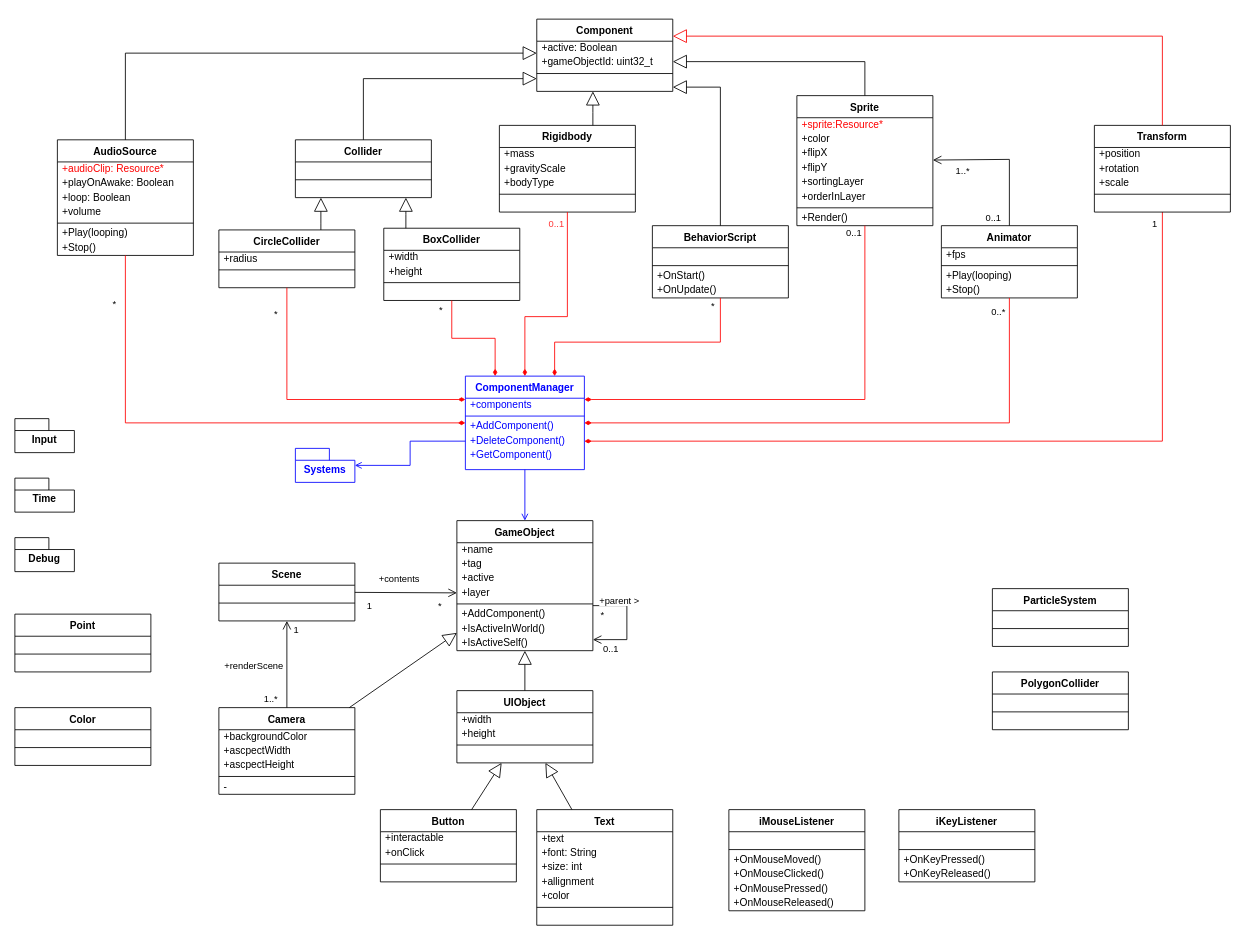
This is page "Main diagram 2" (2 of 3) of figs.drawio from lonkaars/crepe-docs, a draw.io file, before an edit. Source tidied: cells renumbered, new cells numbered last; positions are measured from the earlier drawing's top-left corner, leaving out a move shared by most shapes. Both pictures are drawn from the tidied source at 85%, with x=0, y=0 at pixel (14, 19).
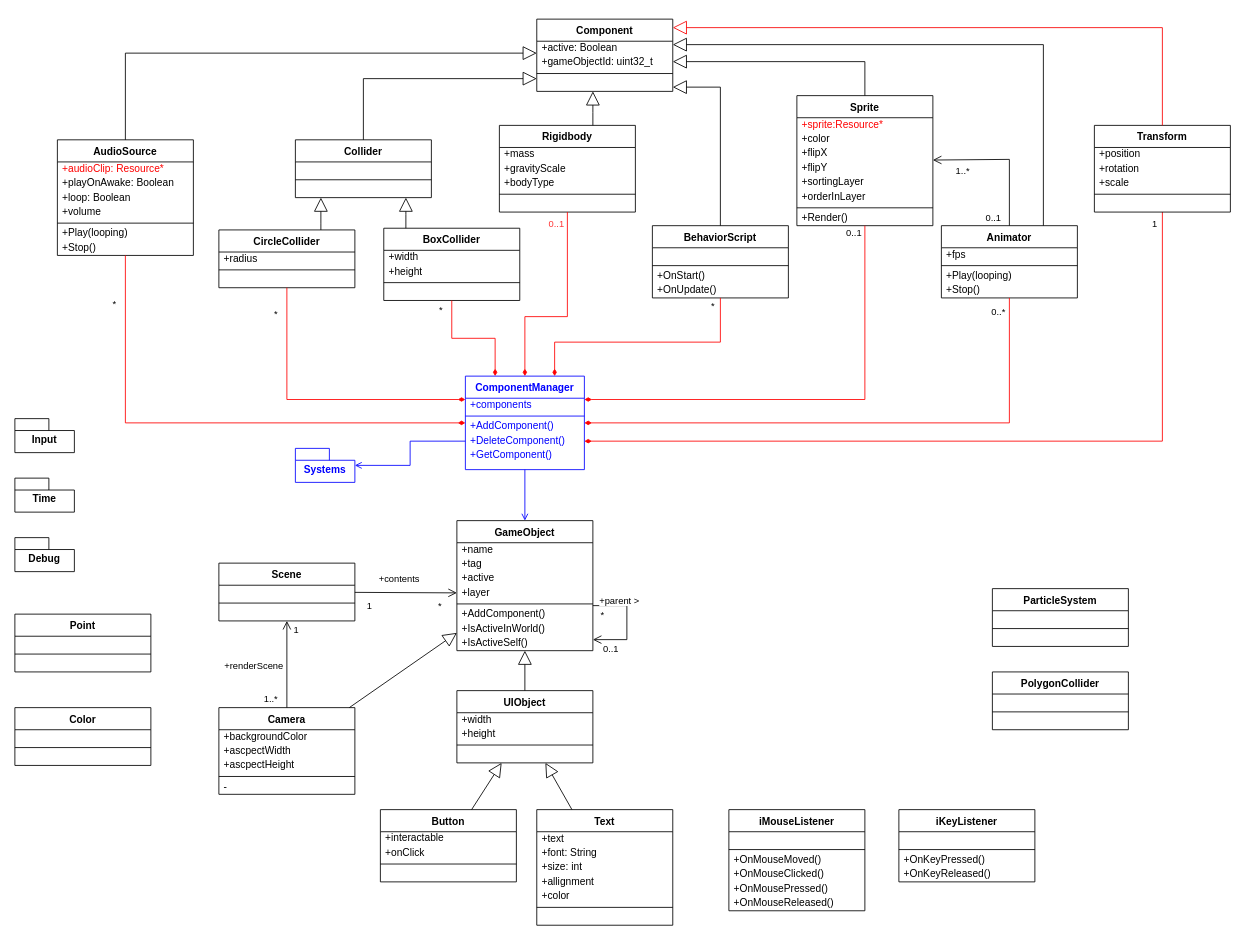
The same diagram, later.

Unchanged cells that the change refers to:
```xml
<mxCell id="57" value="Transform" style="swimlane;fontStyle=1;align=center;verticalAlign=top;horizontal=1;startSize=26;rounded=0;shadow=0;strokeWidth=1;direction=east;" parent="1" vertex="1">
  <mxGeometry x="1270" y="125" width="160" height="102" as="geometry" />
</mxCell>
<mxCell id="107" value="Component" style="swimlane;fontStyle=1;align=center;verticalAlign=top;horizontal=1;startSize=26;rounded=0;shadow=0;strokeWidth=1;direction=east;" parent="1" vertex="1">
  <mxGeometry x="614" width="160" height="85" as="geometry" />
</mxCell>
<mxCell id="132" value="Animator" style="swimlane;fontStyle=1;align=center;verticalAlign=top;horizontal=1;startSize=26;rounded=0;shadow=0;strokeWidth=1;direction=east;" parent="1" vertex="1">
  <mxGeometry x="1090" y="243" width="160" height="85" as="geometry" />
</mxCell>
```

Diff of the diagram source:
```diff
@@
     <mxCell id="169" style="endArrow=block;html=1;rounded=0;endFill=0;strokeWidth=1;endSize=14;edgeStyle=orthogonalEdgeStyle;fontColor=#FF0000;strokeColor=#fa0000;" parent="1" edge="1" source="57" target="107">
       <mxGeometry relative="1" as="geometry">
         <Array as="points">
-          <mxPoint x="1350" y="20" />
+          <mxPoint x="1350" y="10" />
         </Array>
       </mxGeometry>
     </mxCell>
@@
+    <mxCell id="179" style="endArrow=block;html=1;rounded=0;endFill=0;strokeWidth=1;endSize=14;edgeStyle=orthogonalEdgeStyle;" parent="1" edge="1" source="132" target="107">
+      <mxGeometry relative="1" as="geometry">
+        <Array as="points">
+          <mxPoint x="1210" y="30" />
+        </Array>
+      </mxGeometry>
+    </mxCell>
```
